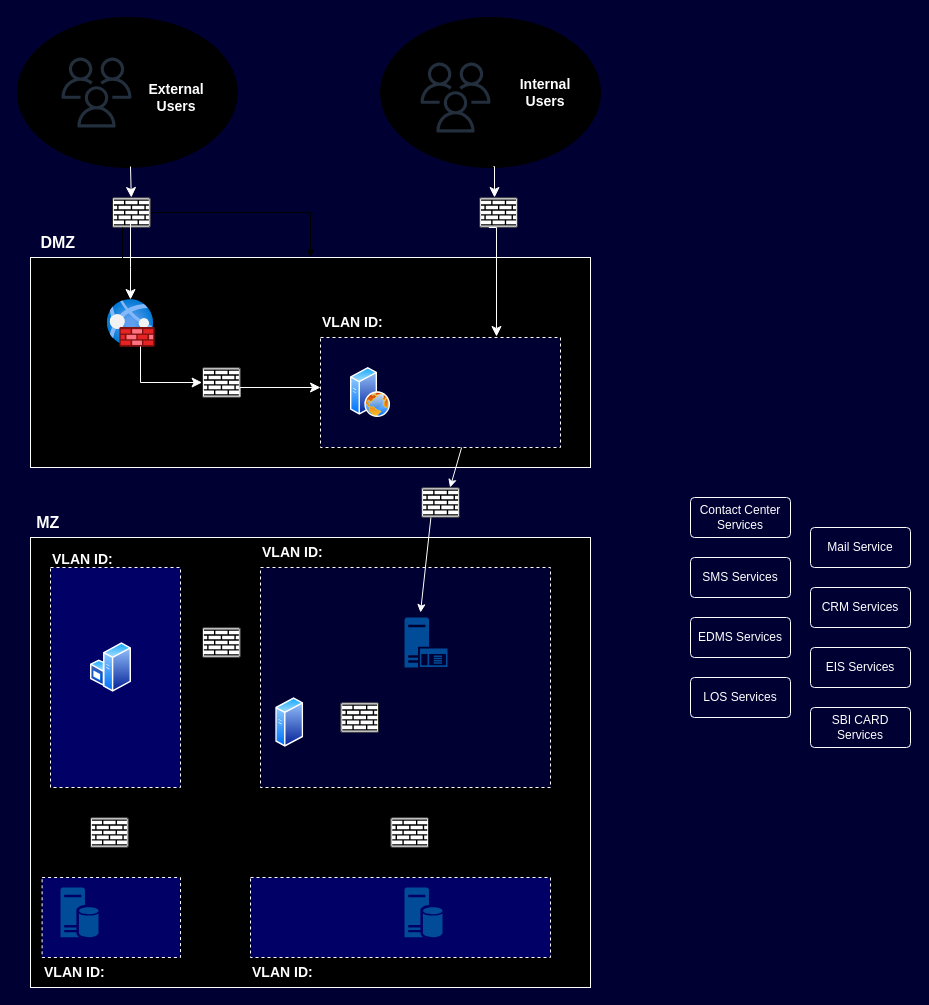
hansmukhdp/algo-trading keeps this draw.io diagram as OCAS SNA Diagram.drawio. Above is the earlier version. Source tidied: cells renumbered, new cells numbered last; positions are measured from the earlier drawing's top-left corner, leaving out a move shared by most shapes. Both pictures are drawn from the tidied source at 100%, with x=0, y=0 at pixel (17, 17).
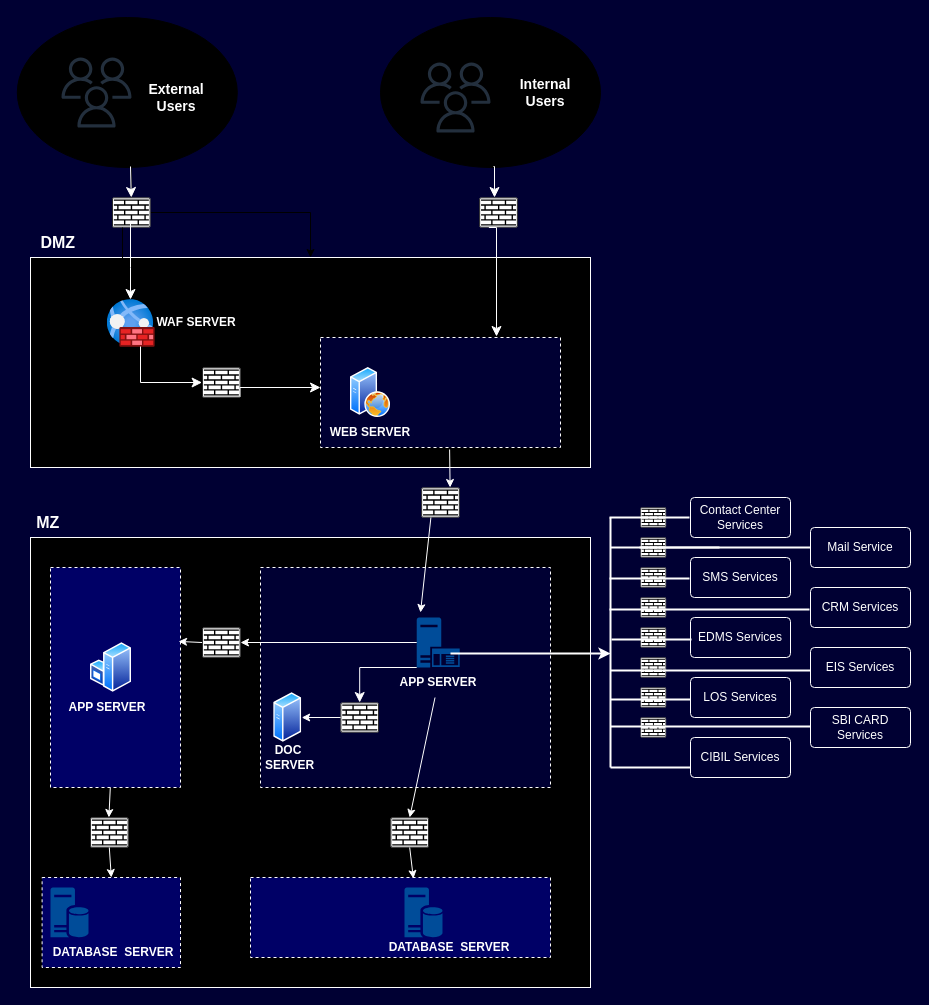
The same page after the edit.

The change refers to these unchanged cells:
```xml
<mxCell id="6" style="rounded=0;whiteSpace=wrap;html=1;dashed=1;labelBackgroundColor=none;strokeColor=#FFFFFF;fillColor=#000066;" parent="1" vertex="1">
  <mxGeometry x="233" y="860" width="300" height="80" as="geometry" />
</mxCell>
<mxCell id="9" style="rounded=0;whiteSpace=wrap;html=1;dashed=1;labelBackgroundColor=none;fillColor=#000033;strokeColor=#FFFFFF;" parent="1" vertex="1">
  <mxGeometry x="303" y="320" width="240" height="110" as="geometry" />
</mxCell>
<mxCell id="12" style="sketch=0;points=[[0.015,0.015,0],[0.985,0.015,0],[0.985,0.985,0],[0.015,0.985,0],[0.25,0,0],[0.5,0,0],[0.75,0,0],[1,0.25,0],[1,0.5,0],[1,0.75,0],[0.75,1,0],[0.5,1,0],[0.25,1,0],[0,0.75,0],[0,0.5,0],[0,0.25,0]];verticalLabelPosition=bottom;html=1;verticalAlign=top;align=center;shape=mxgraph.cisco19.rect;prIcon=firewall;labelBackgroundColor=none;" parent="1" vertex="1">
  <mxGeometry x="403.8" y="470" width="38.4" height="30" as="geometry" />
</mxCell>
<mxCell id="13" style="sketch=0;points=[[0.015,0.015,0],[0.985,0.015,0],[0.985,0.985,0],[0.015,0.985,0],[0.25,0,0],[0.5,0,0],[0.75,0,0],[1,0.25,0],[1,0.5,0],[1,0.75,0],[0.75,1,0],[0.5,1,0],[0.25,1,0],[0,0.75,0],[0,0.5,0],[0,0.25,0]];verticalLabelPosition=bottom;html=1;verticalAlign=top;align=center;shape=mxgraph.cisco19.rect;prIcon=firewall;labelBackgroundColor=none;" parent="1" vertex="1">
  <mxGeometry x="184.6" y="610" width="38.4" height="30" as="geometry" />
</mxCell>
<mxCell id="14" style="sketch=0;points=[[0.015,0.015,0],[0.985,0.015,0],[0.985,0.985,0],[0.015,0.985,0],[0.25,0,0],[0.5,0,0],[0.75,0,0],[1,0.25,0],[1,0.5,0],[1,0.75,0],[0.75,1,0],[0.5,1,0],[0.25,1,0],[0,0.75,0],[0,0.5,0],[0,0.25,0]];verticalLabelPosition=bottom;html=1;verticalAlign=top;align=center;shape=mxgraph.cisco19.rect;prIcon=firewall;labelBackgroundColor=none;" parent="1" vertex="1">
  <mxGeometry x="323" y="685" width="38.4" height="30" as="geometry" />
</mxCell>
<mxCell id="16" style="sketch=0;points=[[0.015,0.015,0],[0.985,0.015,0],[0.985,0.985,0],[0.015,0.985,0],[0.25,0,0],[0.5,0,0],[0.75,0,0],[1,0.25,0],[1,0.5,0],[1,0.75,0],[0.75,1,0],[0.5,1,0],[0.25,1,0],[0,0.75,0],[0,0.5,0],[0,0.25,0]];verticalLabelPosition=bottom;html=1;verticalAlign=top;align=center;shape=mxgraph.cisco19.rect;prIcon=firewall;labelBackgroundColor=none;" parent="1" vertex="1">
  <mxGeometry x="373" y="800" width="38.4" height="30" as="geometry" />
</mxCell>
<mxCell id="31" style="rounded=0;whiteSpace=wrap;html=1;dashed=1;labelBackgroundColor=none;strokeColor=#FFFFFF;fillColor=#000066;" parent="1" vertex="1">
  <mxGeometry x="33" y="550" width="130" height="220" as="geometry" />
</mxCell>
<mxCell id="36" style="sketch=0;points=[[0.015,0.015,0],[0.985,0.015,0],[0.985,0.985,0],[0.015,0.985,0],[0.25,0,0],[0.5,0,0],[0.75,0,0],[1,0.25,0],[1,0.5,0],[1,0.75,0],[0.75,1,0],[0.5,1,0],[0.25,1,0],[0,0.75,0],[0,0.5,0],[0,0.25,0]];verticalLabelPosition=bottom;html=1;verticalAlign=top;align=center;shape=mxgraph.cisco19.rect;prIcon=firewall;labelBackgroundColor=none;" parent="1" vertex="1">
  <mxGeometry x="72.6" y="800" width="38.4" height="30" as="geometry" />
</mxCell>
```

The edit, as a diff of the source:
```diff
@@
     <mxCell id="15" style="image;perimeter=ellipsePerimeter;html=1;align=center;shadow=0;dashed=0;spacingTop=3;image=img/lib/active_directory/generic_server.svg;labelBackgroundColor=none;" parent="1" vertex="1">
-      <mxGeometry x="258.2" y="680" width="28" height="50" as="geometry" />
+      <mxGeometry x="256.2" y="675" width="28" height="50" as="geometry" />
     </mxCell>
@@
+    <mxCell id="20" value="Mail Service" style="rounded=1;arcSize=10;whiteSpace=wrap;html=1;align=center;fontColor=#FFFFFF;fillColor=#000033;strokeColor=#FFFFFF;" parent="1" vertex="1">
+      <mxGeometry x="793" y="510" width="100" height="40" as="geometry" />
+    </mxCell>
     <mxCell id="19" style="sketch=0;shadow=0;dashed=0;html=1;strokeColor=none;labelPosition=center;verticalLabelPosition=bottom;verticalAlign=top;align=center;fillColor=#004C99;shape=mxgraph.mscae.enterprise.application_server;" parent="1" vertex="1">
-      <mxGeometry x="387" y="600" width="43" height="50" as="geometry" />
+      <mxGeometry x="399.2" y="600" width="43" height="50" as="geometry" />
     </mxCell>
-    <mxCell id="20" value="Mail Service" style="rounded=1;arcSize=10;whiteSpace=wrap;html=1;align=center;fontColor=#FFFFFF;fillColor=#000033;strokeColor=#FFFFFF;" parent="1" vertex="1">
-      <mxGeometry x="793" y="510" width="100" height="40" as="geometry" />
-    </mxCell>
@@
-    <mxCell id="29" value="&lt;font style=&quot;font-size: 14px;&quot;&gt;&lt;b&gt;VLAN ID:&amp;nbsp;&lt;/b&gt;&lt;/font&gt;" style="text;html=1;strokeColor=none;fillColor=none;align=left;verticalAlign=middle;whiteSpace=wrap;rounded=0;fontColor=#FFFFFF;" parent="1" vertex="1">
-      <mxGeometry x="303" y="290" width="100" height="30" as="geometry" />
-    </mxCell>
-    <mxCell id="30" value="&lt;font style=&quot;font-size: 14px;&quot;&gt;&lt;b&gt;VLAN ID:&amp;nbsp;&lt;/b&gt;&lt;/font&gt;" style="text;html=1;strokeColor=none;fillColor=none;align=left;verticalAlign=middle;whiteSpace=wrap;rounded=0;fontColor=#FFFFFF;" parent="1" vertex="1">
-      <mxGeometry x="243" y="520" width="100" height="30" as="geometry" />
-    </mxCell>
@@
     <mxCell id="32" style="rounded=0;whiteSpace=wrap;html=1;dashed=1;labelBackgroundColor=none;strokeColor=#FFFFFF;fillColor=#000066;" parent="1" vertex="1">
-      <mxGeometry x="24.6" y="860" width="138.4" height="80" as="geometry" />
+      <mxGeometry x="24.6" y="860" width="138.4" height="90" as="geometry" />
     </mxCell>
-    <mxCell id="33" value="&lt;font style=&quot;font-size: 14px;&quot;&gt;&lt;b&gt;VLAN ID:&amp;nbsp;&lt;/b&gt;&lt;/font&gt;" style="text;html=1;strokeColor=none;fillColor=none;align=left;verticalAlign=middle;whiteSpace=wrap;rounded=0;fontColor=#FFFFFF;" parent="1" vertex="1">
-      <mxGeometry x="24.6" y="940" width="100" height="30" as="geometry" />
-    </mxCell>
     <mxCell id="34" style="sketch=0;shadow=0;dashed=0;html=1;strokeColor=none;labelPosition=center;verticalLabelPosition=bottom;verticalAlign=top;align=center;fillColor=#004C99;shape=mxgraph.mscae.enterprise.database_server;" parent="1" vertex="1">
-      <mxGeometry x="43" y="870" width="38" height="50" as="geometry" />
+      <mxGeometry x="33" y="870" width="38" height="50" as="geometry" />
     </mxCell>
@@
-    <mxCell id="37" value="&lt;font style=&quot;font-size: 14px;&quot;&gt;&lt;b&gt;VLAN ID:&amp;nbsp;&lt;/b&gt;&lt;/font&gt;" style="text;html=1;strokeColor=none;fillColor=none;align=left;verticalAlign=middle;whiteSpace=wrap;rounded=0;fontColor=#FFFFFF;" parent="1" vertex="1">
-      <mxGeometry x="233" y="940" width="100" height="30" as="geometry" />
-    </mxCell>
-    <mxCell id="38" value="&lt;font style=&quot;font-size: 14px;&quot;&gt;&lt;b&gt;VLAN ID:&amp;nbsp;&lt;/b&gt;&lt;/font&gt;" style="text;html=1;strokeColor=none;fillColor=none;align=left;verticalAlign=middle;whiteSpace=wrap;rounded=0;fontColor=#FFFFFF;" parent="1" vertex="1">
-      <mxGeometry x="33" y="527" width="100" height="30" as="geometry" />
-    </mxCell>
@@
-    <mxCell id="49" style="endArrow=classic;html=1;rounded=0;" parent="1" edge="1">
-      <mxGeometry relative="1" as="geometry">
-        <mxPoint x="363" y="320" as="sourcePoint" />
-        <mxPoint x="413" y="270" as="targetPoint" />
-      </mxGeometry>
-    </mxCell>
@@
-    <mxCell id="58" style="endArrow=classic;html=1;rounded=0;exitX=0.588;exitY=1;exitDx=0;exitDy=0;exitPerimeter=0;entryX=0.75;entryY=0;entryDx=0;entryDy=0;entryPerimeter=0;strokeColor=#FFFFFF;" parent="1" edge="1" source="9" target="12">
+    <mxCell id="58" style="endArrow=classic;html=1;rounded=0;exitX=0.538;exitY=1.018;exitDx=0;exitDy=0;exitPerimeter=0;entryX=0.75;entryY=0;entryDx=0;entryDy=0;entryPerimeter=0;strokeColor=#FFFFFF;" parent="1" edge="1" source="9" target="12">
       <mxGeometry relative="1" as="geometry" />
     </mxCell>
+    <mxCell id="59" style="endArrow=classic;html=1;rounded=0;exitX=0;exitY=0.5;exitDx=0;exitDy=0;exitPerimeter=0;entryX=1;entryY=0.5;entryDx=0;entryDy=0;entryPerimeter=0;strokeColor=#FFFFFF;" parent="1" edge="1" source="19" target="13">
+      <mxGeometry relative="1" as="geometry" />
+    </mxCell>
+    <mxCell id="60" style="edgeStyle=elbowEdgeStyle;elbow=vertical;endArrow=classic;html=1;curved=0;rounded=0;endSize=8;startSize=8;exitX=0;exitY=1;exitDx=0;exitDy=0;exitPerimeter=0;entryX=0.5;entryY=0;entryDx=0;entryDy=0;entryPerimeter=0;strokeColor=#FFFFFF;" parent="1" edge="1" source="19" target="14">
+      <mxGeometry relative="1" as="geometry">
+        <Array as="points">
+          <mxPoint x="363" y="650" />
+        </Array>
+      </mxGeometry>
+    </mxCell>
+    <mxCell id="61" style="endArrow=classic;html=1;rounded=0;exitX=0;exitY=0.5;exitDx=0;exitDy=0;exitPerimeter=0;entryX=1;entryY=0.5;entryDx=0;entryDy=0;strokeColor=#FFFFFF;" parent="1" edge="1" source="14" target="15">
+      <mxGeometry relative="1" as="geometry" />
+    </mxCell>
+    <mxCell id="62" style="endArrow=classic;html=1;rounded=0;entryX=0.5;entryY=0;entryDx=0;entryDy=0;entryPerimeter=0;strokeColor=#FFFFFF;" parent="1" edge="1" source="89" target="16">
+      <mxGeometry relative="1" as="geometry" />
+    </mxCell>
+    <mxCell id="63" style="endArrow=classic;html=1;rounded=0;exitX=0;exitY=0.5;exitDx=0;exitDy=0;exitPerimeter=0;entryX=0.985;entryY=0.336;entryDx=0;entryDy=0;entryPerimeter=0;strokeColor=#FFFFFF;" parent="1" edge="1" source="13" target="31">
+      <mxGeometry relative="1" as="geometry" />
+    </mxCell>
+    <mxCell id="64" style="endArrow=classic;html=1;rounded=0;exitX=0.5;exitY=1;exitDx=0;exitDy=0;exitPerimeter=0;entryX=0.543;entryY=0.013;entryDx=0;entryDy=0;entryPerimeter=0;strokeColor=#FFFFFF;" parent="1" edge="1" source="16" target="6">
+      <mxGeometry relative="1" as="geometry" />
+    </mxCell>
+    <mxCell id="65" style="endArrow=classic;html=1;rounded=0;entryX=0.75;entryY=0;entryDx=0;entryDy=0;entryPerimeter=0;strokeColor=#FFFFFF;" parent="1" edge="1" source="31">
+      <mxGeometry relative="1" as="geometry">
+        <mxPoint x="91.4" y="800" as="targetPoint" />
+      </mxGeometry>
+    </mxCell>
+    <mxCell id="66" style="endArrow=classic;html=1;rounded=0;exitX=0.5;exitY=1;exitDx=0;exitDy=0;exitPerimeter=0;entryX=0.5;entryY=0;entryDx=0;entryDy=0;strokeColor=#FFFFFF;" parent="1" edge="1" source="36" target="32">
+      <mxGeometry relative="1" as="geometry" />
+    </mxCell>
+    <mxCell id="67" style="sketch=0;verticalLabelPosition=bottom;html=1;verticalAlign=top;align=center;shape=mxgraph.cisco19.rect;prIcon=firewall;labelBackgroundColor=none;" parent="1" vertex="1">
+      <mxGeometry x="623" y="550" width="25.6" height="20" as="geometry" />
+    </mxCell>
+    <mxCell id="68" style="sketch=0;verticalLabelPosition=bottom;html=1;verticalAlign=top;align=center;shape=mxgraph.cisco19.rect;prIcon=firewall;labelBackgroundColor=none;" parent="1" vertex="1">
+      <mxGeometry x="623" y="520" width="25.6" height="20" as="geometry" />
+    </mxCell>
+    <mxCell id="69" style="sketch=0;verticalLabelPosition=bottom;html=1;verticalAlign=top;align=center;shape=mxgraph.cisco19.rect;prIcon=firewall;labelBackgroundColor=none;" parent="1" vertex="1">
+      <mxGeometry x="623" y="580" width="25.6" height="20" as="geometry" />
+    </mxCell>
+    <mxCell id="70" style="sketch=0;verticalLabelPosition=bottom;html=1;verticalAlign=top;align=center;shape=mxgraph.cisco19.rect;prIcon=firewall;labelBackgroundColor=none;" parent="1" vertex="1">
+      <mxGeometry x="623" y="490" width="25.6" height="20" as="geometry" />
+    </mxCell>
+    <mxCell id="71" style="sketch=0;verticalLabelPosition=bottom;html=1;verticalAlign=top;align=center;shape=mxgraph.cisco19.rect;prIcon=firewall;labelBackgroundColor=none;" parent="1" vertex="1">
+      <mxGeometry x="623" y="610" width="25.6" height="20" as="geometry" />
+    </mxCell>
+    <mxCell id="72" style="sketch=0;verticalLabelPosition=bottom;html=1;verticalAlign=top;align=center;shape=mxgraph.cisco19.rect;prIcon=firewall;labelBackgroundColor=none;" parent="1" vertex="1">
+      <mxGeometry x="623" y="640" width="25.6" height="20" as="geometry" />
+    </mxCell>
+    <mxCell id="73" style="sketch=0;verticalLabelPosition=bottom;html=1;verticalAlign=top;align=center;shape=mxgraph.cisco19.rect;prIcon=firewall;labelBackgroundColor=none;" parent="1" vertex="1">
+      <mxGeometry x="623" y="670" width="25.6" height="20" as="geometry" />
+    </mxCell>
+    <mxCell id="74" style="sketch=0;verticalLabelPosition=bottom;html=1;verticalAlign=top;align=center;shape=mxgraph.cisco19.rect;prIcon=firewall;labelBackgroundColor=none;" parent="1" vertex="1">
+      <mxGeometry x="623" y="700" width="25.6" height="20" as="geometry" />
+    </mxCell>
+    <mxCell id="75" style="endArrow=none;html=1;rounded=0;strokeWidth=2;strokeColor=#FFFFFF;entryX=0;entryY=0.5;entryDx=0;entryDy=0;" parent="1" edge="1">
+      <mxGeometry relative="1" as="geometry">
+        <mxPoint x="592" y="500" as="sourcePoint" />
+        <mxPoint x="672" y="500" as="targetPoint" />
+      </mxGeometry>
+    </mxCell>
+    <mxCell id="76" style="endArrow=none;html=1;rounded=0;strokeWidth=2;strokeColor=#FFFFFF;" parent="1" edge="1">
+      <mxGeometry relative="1" as="geometry">
+        <mxPoint x="593" y="750" as="sourcePoint" />
+        <mxPoint x="593" y="500" as="targetPoint" />
+      </mxGeometry>
+    </mxCell>
+    <mxCell id="77" style="endArrow=none;html=1;rounded=0;strokeWidth=2;strokeColor=#FFFFFF;entryX=0;entryY=0.5;entryDx=0;entryDy=0;" parent="1" edge="1" target="20">
+      <mxGeometry relative="1" as="geometry">
+        <mxPoint x="593" y="530" as="sourcePoint" />
+      </mxGeometry>
+    </mxCell>
+    <mxCell id="78" style="endArrow=none;html=1;rounded=0;strokeWidth=2;strokeColor=#FFFFFF;entryX=0;entryY=0.5;entryDx=0;entryDy=0;" parent="1" edge="1">
+      <mxGeometry relative="1" as="geometry">
+        <mxPoint x="593" y="653" as="sourcePoint" />
+        <mxPoint x="793" y="653" as="targetPoint" />
+      </mxGeometry>
+    </mxCell>
+    <mxCell id="79" style="endArrow=none;html=1;rounded=0;strokeWidth=2;strokeColor=#FFFFFF;entryX=0;entryY=0.5;entryDx=0;entryDy=0;" parent="1" edge="1">
+      <mxGeometry relative="1" as="geometry">
+        <mxPoint x="592" y="592" as="sourcePoint" />
+        <mxPoint x="792" y="592" as="targetPoint" />
+      </mxGeometry>
+    </mxCell>
+    <mxCell id="80" style="endArrow=none;html=1;rounded=0;strokeWidth=2;strokeColor=#FFFFFF;entryX=0;entryY=0.5;entryDx=0;entryDy=0;" parent="1" edge="1">
+      <mxGeometry relative="1" as="geometry">
+        <mxPoint x="593" y="709" as="sourcePoint" />
+        <mxPoint x="793" y="709" as="targetPoint" />
+      </mxGeometry>
+    </mxCell>
+    <mxCell id="81" value="CIBIL Services" style="rounded=1;arcSize=10;whiteSpace=wrap;html=1;align=center;fontColor=#FFFFFF;fillColor=#000033;strokeColor=#FFFFFF;" parent="1" vertex="1">
+      <mxGeometry x="673" y="720" width="100" height="40" as="geometry" />
+    </mxCell>
+    <mxCell id="82" style="endArrow=none;html=1;rounded=0;strokeWidth=2;strokeColor=#FFFFFF;entryX=0;entryY=0.5;entryDx=0;entryDy=0;" parent="1" edge="1">
+      <mxGeometry relative="1" as="geometry">
+        <mxPoint x="594" y="622" as="sourcePoint" />
+        <mxPoint x="674" y="622" as="targetPoint" />
+      </mxGeometry>
+    </mxCell>
+    <mxCell id="83" style="endArrow=none;html=1;rounded=0;strokeWidth=2;strokeColor=#FFFFFF;entryX=0;entryY=0.5;entryDx=0;entryDy=0;" parent="1" edge="1">
+      <mxGeometry relative="1" as="geometry">
+        <mxPoint x="592" y="561" as="sourcePoint" />
+        <mxPoint x="672" y="561" as="targetPoint" />
+      </mxGeometry>
+    </mxCell>
+    <mxCell id="84" style="endArrow=none;html=1;rounded=0;strokeWidth=2;strokeColor=#FFFFFF;entryX=0;entryY=0.5;entryDx=0;entryDy=0;" parent="1" edge="1">
+      <mxGeometry relative="1" as="geometry">
+        <mxPoint x="622" y="530" as="sourcePoint" />
+        <mxPoint x="702" y="530" as="targetPoint" />
+      </mxGeometry>
+    </mxCell>
+    <mxCell id="85" style="endArrow=none;html=1;rounded=0;strokeWidth=2;strokeColor=#FFFFFF;entryX=0;entryY=0.5;entryDx=0;entryDy=0;" parent="1" edge="1">
+      <mxGeometry relative="1" as="geometry">
+        <mxPoint x="593" y="750" as="sourcePoint" />
+        <mxPoint x="673" y="750" as="targetPoint" />
+      </mxGeometry>
+    </mxCell>
+    <mxCell id="86" style="endArrow=none;html=1;rounded=0;strokeWidth=2;strokeColor=#FFFFFF;entryX=0;entryY=0.5;entryDx=0;entryDy=0;" parent="1" edge="1">
+      <mxGeometry relative="1" as="geometry">
+        <mxPoint x="593" y="682" as="sourcePoint" />
+        <mxPoint x="673" y="682" as="targetPoint" />
+      </mxGeometry>
+    </mxCell>
+    <mxCell id="87" style="endArrow=classic;html=1;rounded=0;strokeWidth=2;strokeColor=#FFFFFF;" parent="1" edge="1">
+      <mxGeometry relative="1" as="geometry">
+        <mxPoint x="433" y="636" as="sourcePoint" />
+        <mxPoint x="593" y="636" as="targetPoint" />
+      </mxGeometry>
+    </mxCell>
+    <mxCell id="88" value="WEB SERVER" style="text;html=1;align=center;verticalAlign=middle;whiteSpace=wrap;rounded=0;fontStyle=1;labelBackgroundColor=none;fontColor=#FFFFFF;fontSize=12;" parent="1" vertex="1">
+      <mxGeometry x="307.2" y="400" width="91.6" height="30" as="geometry" />
+    </mxCell>
+    <mxCell id="89" value="APP SERVER" style="text;html=1;align=center;verticalAlign=middle;whiteSpace=wrap;rounded=0;fontStyle=1;labelBackgroundColor=none;fontColor=#FFFFFF;fontSize=12;" parent="1" vertex="1">
+      <mxGeometry x="374.9" y="650" width="91.6" height="30" as="geometry" />
+    </mxCell>
+    <mxCell id="90" value="DOC&lt;br&gt;&amp;nbsp;SERVER" style="text;html=1;align=center;verticalAlign=middle;whiteSpace=wrap;rounded=0;fontStyle=1;labelBackgroundColor=none;fontColor=#FFFFFF;fontSize=12;" parent="1" vertex="1">
+      <mxGeometry x="240.4" y="725" width="61.6" height="30" as="geometry" />
+    </mxCell>
+    <mxCell id="91" value="WAF SERVER" style="text;html=1;align=center;verticalAlign=middle;whiteSpace=wrap;rounded=0;fontStyle=1;labelBackgroundColor=none;fontColor=#FFFFFF;fontSize=12;" parent="1" vertex="1">
+      <mxGeometry x="133" y="290" width="91.6" height="30" as="geometry" />
+    </mxCell>
+    <mxCell id="92" value="APP SERVER" style="text;html=1;align=center;verticalAlign=middle;whiteSpace=wrap;rounded=0;fontStyle=1;labelBackgroundColor=none;fontColor=#FFFFFF;fontSize=12;" parent="1" vertex="1">
+      <mxGeometry x="44" y="675" width="91.6" height="30" as="geometry" />
+    </mxCell>
+    <mxCell id="93" value="DATABASE&amp;nbsp; SERVER" style="text;html=1;align=center;verticalAlign=middle;whiteSpace=wrap;rounded=0;fontStyle=1;labelBackgroundColor=none;fontColor=#FFFFFF;fontSize=12;" parent="1" vertex="1">
+      <mxGeometry x="31" y="920" width="130" height="30" as="geometry" />
+    </mxCell>
+    <mxCell id="94" value="DATABASE&amp;nbsp; SERVER" style="text;html=1;align=center;verticalAlign=middle;whiteSpace=wrap;rounded=0;fontStyle=1;labelBackgroundColor=none;fontColor=#FFFFFF;fontSize=12;" parent="1" vertex="1">
+      <mxGeometry x="347" y="915" width="170" height="30" as="geometry" />
+    </mxCell>
```
